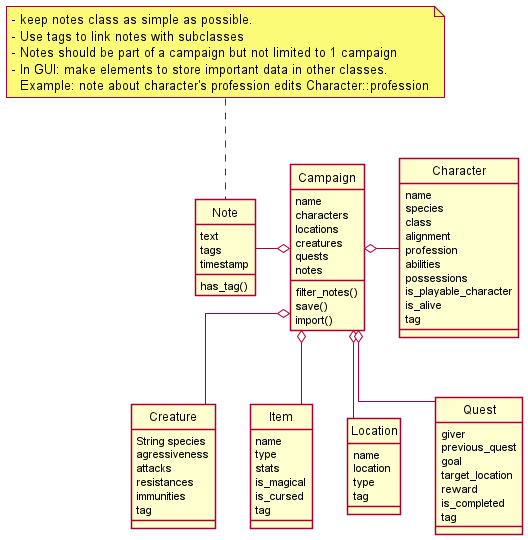
Earlier version of the PlantUML export docs/diagrams/out/project_architecture/Project architecture.png (RemyKroese/FantasyNotes). Its diagram source:
```plantuml
@startuml Project architecture
skinparam linetype ortho
skinparam style strictuml
class Campaign {
    name
    characters
    locations
    creatures
    quests
    notes
    filter_notes()
    save()
    import()
}
class Character {
    name
    species
    class
    alignment
    profession
    abilities
    possessions
    is_playable_character
    is_alive
    tag
}
class Creature {
    String species
    agressiveness
    attacks
    resistances
    immunities
    tag
}
class Item {
    name
    type
    stats
    is_magical
    is_cursed
    tag
}
class Location {
    name
    location
    type
    tag
}
class Quest {
    giver
    previous_quest
    goal
    target_location
    reward
    is_completed
    tag
}
class Note {
    text
    tags
    timestamp
    has_tag()
}

Campaign o-right- Character
Campaign o-down- Creature
Campaign o-down- Item
Campaign o-down- Location
Campaign o-down- Quest
Campaign o-left- Note

note top of Note
- keep notes class as simple as possible.
- Use tags to link notes with subclasses
- Notes should be part of a campaign but not limited to 1 campaign
- In GUI: make elements to store important data in other classes.
  Example: note about character's profession edits Character::profession
end note
@enduml
```
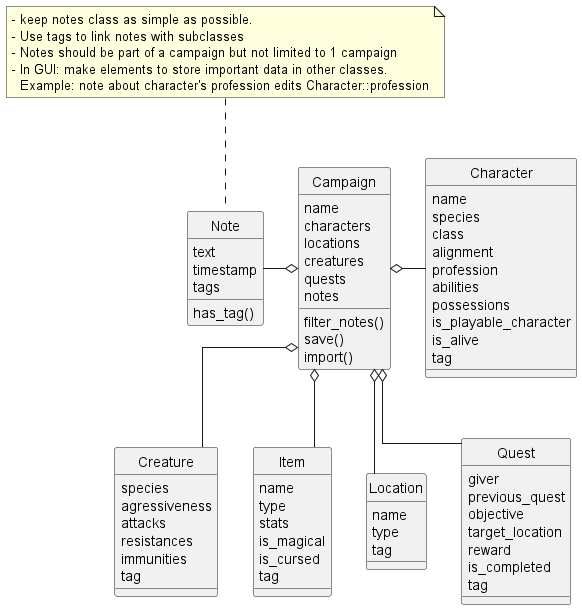
The same file after the commit.

The edit, as a diff of the source:
```diff
@@ -25,7 +25,7 @@
     tag
 }
 class Creature {
-    String species
+    species
     agressiveness
     attacks
     resistances
@@ -42,14 +42,13 @@
 }
 class Location {
     name
-    location
     type
     tag
 }
 class Quest {
     giver
     previous_quest
-    goal
+    objective
     target_location
     reward
     is_completed
@@ -57,8 +56,8 @@
 }
 class Note {
     text
+    timestamp
     tags
-    timestamp
     has_tag()
 }
 
```
